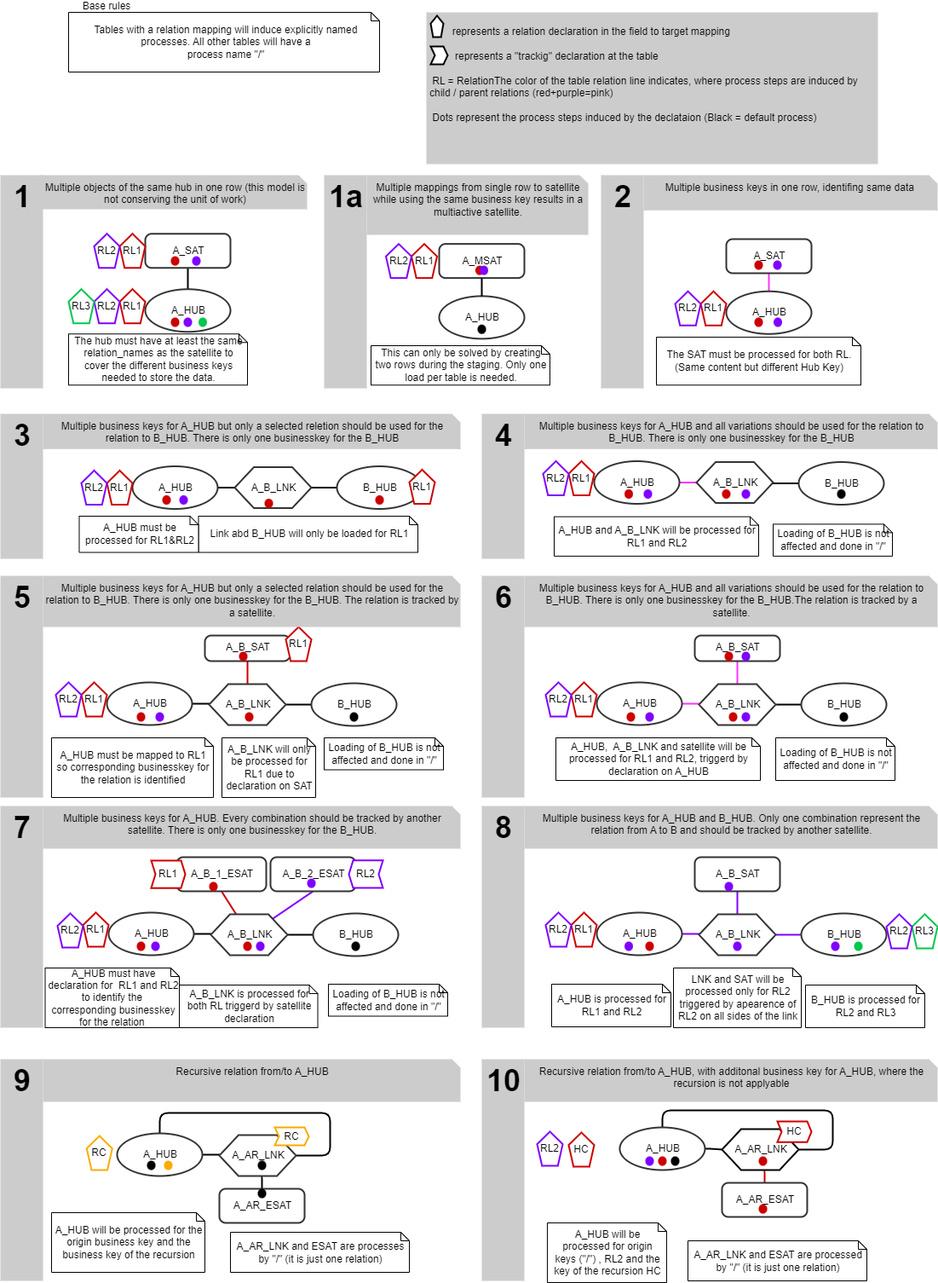
Before: documentation/images/process_generation_scenarios.drawio.png, a diagram exported from draw.io (cimt-ag/data_vault_pipelinedescription). Source tidied: cells renumbered, new cells last; positions are measured from the earlier drawing's top-left corner, leaving out a move shared by most shapes.
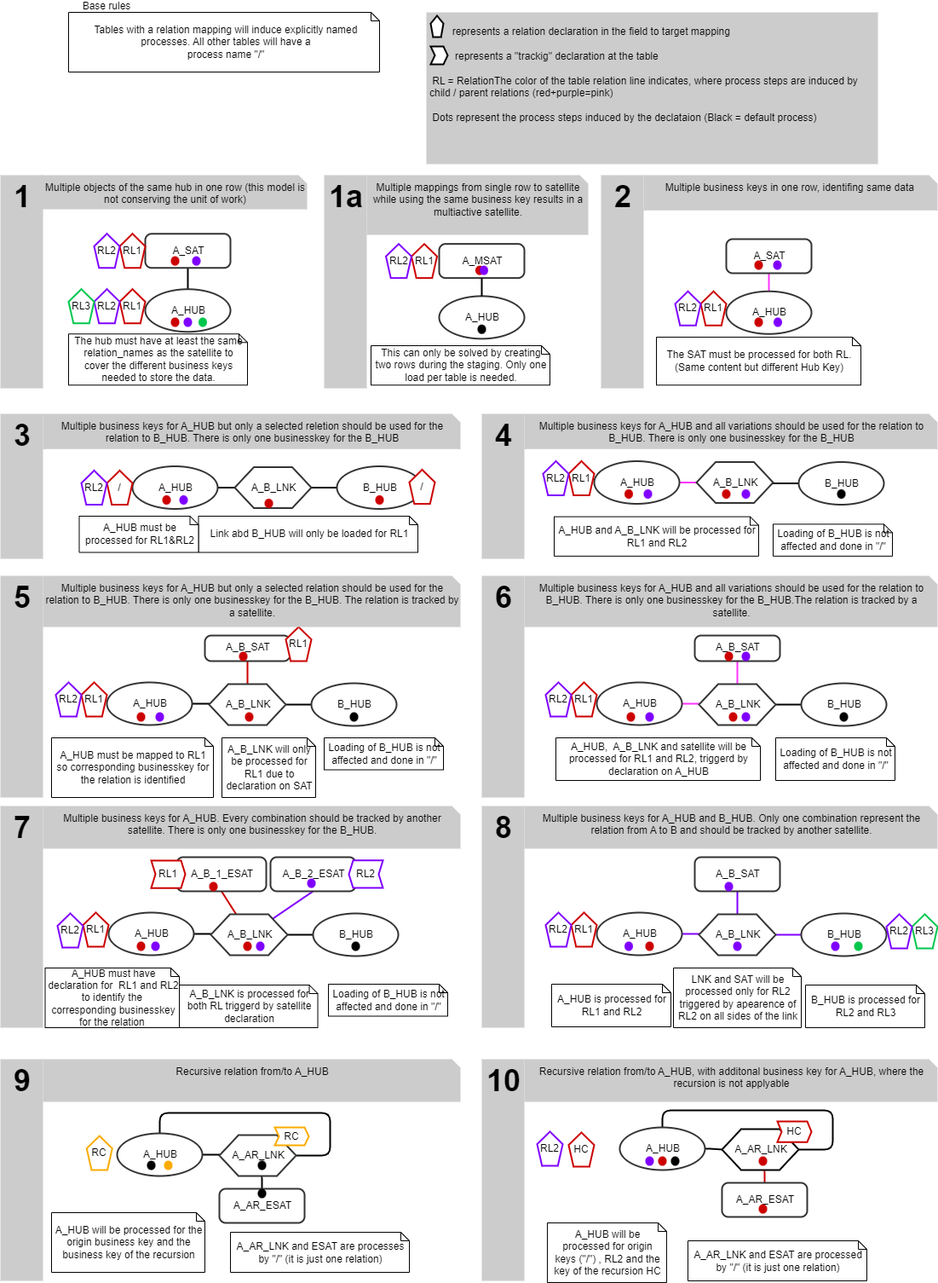
Above is the later version.

What changed in the source:
```diff
@@ -359,7 +359,7 @@
     <mxCell id="74" value="&lt;div style='width: 25.8px;height:auto;word-break: break-word;'&gt;&lt;div align=&quot;center&quot;&gt;&lt;span style=&quot;font-family: Arial; font-size: 12px; text-decoration: none; line-height: 0;&quot;&gt;&lt;span style=&quot;text-decoration: none; line-height: 14px;&quot;&gt;RL1&lt;/span&gt;&lt;/span&gt;&lt;/div&gt;&lt;/div&gt;" style="shape=mxgraph.basic.pentagon;shadow=0;strokeWidth=2;fillColor=#FFFFFF;strokeColor=#cc0000;opacity=100.0;html=1;nl2Br=0;verticalAlign=middle;align=center;spacingLeft=0.6;spacingRight=0;whiteSpace=wrap;gliffyId=199;" parent="1" vertex="1">
       <mxGeometry x="667" y="540.5" width="30" height="40" as="geometry" />
     </mxCell>
-    <mxCell id="75" value="&lt;div style='width: 25.8px;height:auto;word-break: break-word;'&gt;&lt;div align=&quot;center&quot;&gt;&lt;span style=&quot;font-family: Arial; font-size: 12px; text-decoration: none; line-height: 0;&quot;&gt;&lt;span style=&quot;text-decoration: none; line-height: 14px;&quot;&gt;RL1&lt;/span&gt;&lt;/span&gt;&lt;/div&gt;&lt;/div&gt;" style="shape=mxgraph.basic.pentagon;shadow=0;strokeWidth=2;fillColor=#FFFFFF;strokeColor=#cc0000;opacity=100.0;html=1;nl2Br=0;verticalAlign=middle;align=center;spacingLeft=0.6;spacingRight=0;whiteSpace=wrap;gliffyId=221;" parent="1" vertex="1">
+    <mxCell id="75" value="&lt;div style=&quot;width: 25.8px;height:auto;word-break: break-word;&quot;&gt;&lt;div align=&quot;center&quot;&gt;&lt;span style=&quot;font-family: Arial; font-size: 12px; text-decoration: none; line-height: 0;&quot;&gt;&lt;span style=&quot;text-decoration: none; line-height: 14px;&quot;&gt;/&lt;/span&gt;&lt;/span&gt;&lt;/div&gt;&lt;/div&gt;" style="shape=mxgraph.basic.pentagon;shadow=0;strokeWidth=2;fillColor=#FFFFFF;strokeColor=#cc0000;opacity=100.0;html=1;nl2Br=0;verticalAlign=middle;align=center;spacingLeft=0.6;spacingRight=0;whiteSpace=wrap;gliffyId=221;" parent="1" vertex="1">
       <mxGeometry x="125" y="551.5" width="30" height="40" as="geometry" />
     </mxCell>
     <mxCell id="76" value="&lt;div style='width: 25.8px;height:auto;word-break: break-word;'&gt;&lt;div align=&quot;center&quot;&gt;&lt;span style=&quot;font-family: Arial; font-size: 12px; text-decoration: none; line-height: 0;&quot;&gt;&lt;span style=&quot;text-decoration: none; line-height: 14px;&quot;&gt;RL1&lt;/span&gt;&lt;/span&gt;&lt;/div&gt;&lt;/div&gt;" style="shape=mxgraph.basic.pentagon;shadow=0;strokeWidth=2;fillColor=#FFFFFF;strokeColor=#cc0000;opacity=100.0;html=1;nl2Br=0;verticalAlign=middle;align=center;spacingLeft=0.6;spacingRight=0;whiteSpace=wrap;gliffyId=30;" parent="1" vertex="1">
@@ -725,7 +725,7 @@
     <mxCell id="196" style="ellipse;whiteSpace=wrap;html=1;strokeColor=none;fillColor=#000000;" parent="1" vertex="1">
       <mxGeometry x="787" y="1356" width="10" height="11" as="geometry" />
     </mxCell>
-    <mxCell id="197" value="&lt;div style='width: 25.8px;height:auto;word-break: break-word;'&gt;&lt;div align=&quot;center&quot;&gt;&lt;span style=&quot;font-family: Arial; font-size: 12px; text-decoration: none; line-height: 0;&quot;&gt;&lt;span style=&quot;text-decoration: none; line-height: 14px;&quot;&gt;RL1&lt;/span&gt;&lt;/span&gt;&lt;/div&gt;&lt;/div&gt;" style="shape=mxgraph.basic.pentagon;shadow=0;strokeWidth=2;fillColor=#FFFFFF;strokeColor=#cc0000;opacity=100.0;html=1;nl2Br=0;verticalAlign=middle;align=center;spacingLeft=0.6;spacingRight=0;whiteSpace=wrap;gliffyId=221;" parent="1" vertex="1">
+    <mxCell id="197" value="&lt;div style=&quot;width: 25.8px;height:auto;word-break: break-word;&quot;&gt;&lt;div align=&quot;center&quot;&gt;&lt;span style=&quot;font-family: Arial; font-size: 12px; text-decoration: none; line-height: 0;&quot;&gt;&lt;span style=&quot;text-decoration: none; line-height: 14px;&quot;&gt;/&lt;/span&gt;&lt;/span&gt;&lt;/div&gt;&lt;/div&gt;" style="shape=mxgraph.basic.pentagon;shadow=0;strokeWidth=2;fillColor=#FFFFFF;strokeColor=#cc0000;opacity=100.0;html=1;nl2Br=0;verticalAlign=middle;align=center;spacingLeft=0.6;spacingRight=0;whiteSpace=wrap;gliffyId=221;" parent="1" vertex="1">
       <mxGeometry x="480" y="550.5" width="30" height="40" as="geometry" />
     </mxCell>
     <mxCell id="198" value="A_AR_LNK and ESAT are processed by &quot;/&quot; (it is just one relation)" style="shape=note;size=10;shadow=0;strokeWidth=1;fillColor=#FFFFFF;strokeColor=#000000;opacity=100.0;nl2Br=0;verticalAlign=middle;align=center;spacingLeft=2.0;spacingRight=0;whiteSpace=wrap;gliffyId=166;" parent="1" vertex="1">
```
